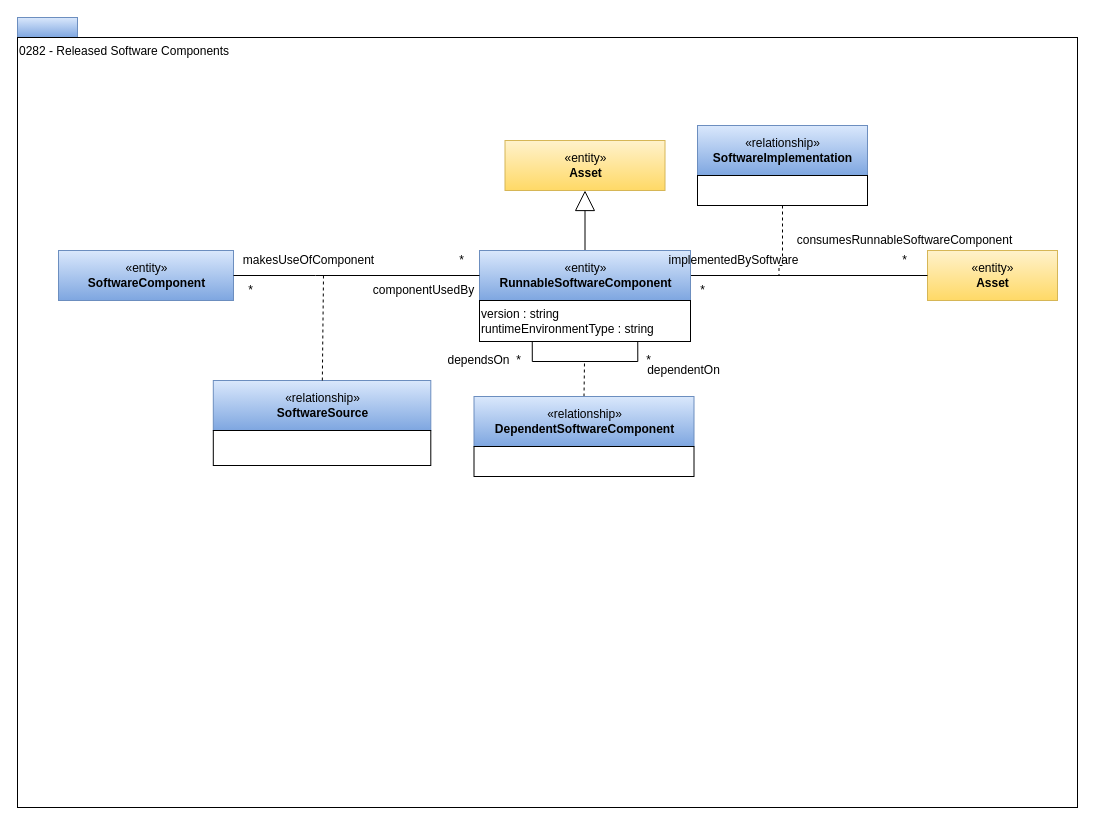
Before: page "0282-Released-Software-Components" (20 of 21) of open-metadata-publication/website/open-metadata-types/area-2-assets.drawio in odpi/egeria, a draw.io diagram. Source tidied: cells renumbered, new cells numbered last; positions are measured from the earlier drawing's top-left corner, leaving out a move shared by most shapes. Both pictures are drawn from the tidied source at 100%, with x=0, y=0 at pixel (17, 17).
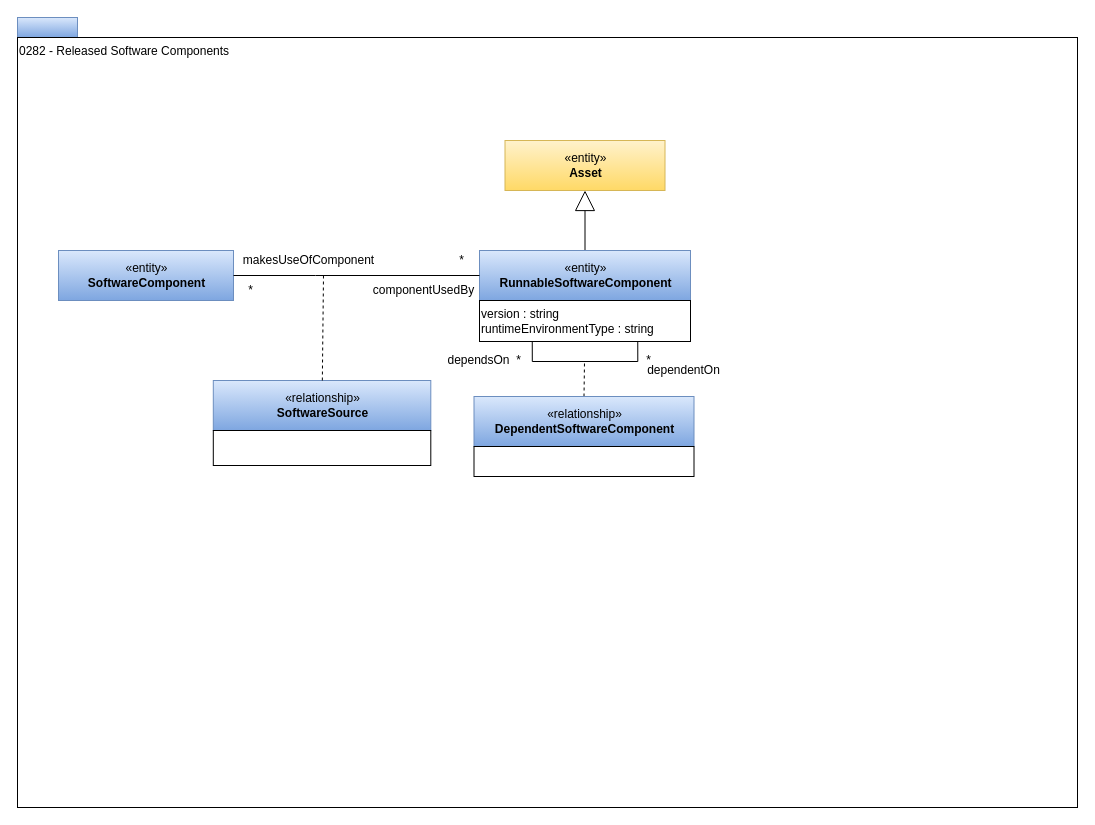
The same page after the edit.

The change refers to these unchanged cells:
```xml
<mxCell id="10" value="«entity»&lt;br&gt;&lt;b&gt;RunnableSoftwareComponent&lt;/b&gt;" style="html=1;strokeColor=#6c8ebf;align=center;fillColor=#dae8fc;gradientColor=#7ea6e0;" parent="1" vertex="1">
  <mxGeometry x="462" y="233" width="211" height="50" as="geometry" />
</mxCell>
```

Change to the diagram source:
```diff
@@
-    <mxCell id="4" value="«entity»&lt;br&gt;&lt;b&gt;Asset&lt;/b&gt;" style="html=1;strokeColor=#d6b656;align=center;fillColor=#fff2cc;gradientColor=#ffd966;" parent="1" vertex="1">
-      <mxGeometry x="910" y="233" width="130" height="50" as="geometry" />
-    </mxCell>
-    <mxCell id="5" style="edgeStyle=orthogonalEdgeStyle;rounded=0;html=1;exitX=1;exitY=0.5;exitDx=0;exitDy=0;endArrow=none;endFill=0;jettySize=auto;" parent="1" edge="1" source="10" target="4">
-      <mxGeometry relative="1" as="geometry" />
-    </mxCell>
-    <mxCell id="6" value="«relationship»&lt;br&gt;&lt;b&gt;SoftwareImplementation&lt;/b&gt;" style="html=1;strokeColor=#6c8ebf;align=center;fillColor=#dae8fc;gradientColor=#7ea6e0;" parent="1" vertex="1">
-      <mxGeometry x="680" y="108" width="170" height="50" as="geometry" />
-    </mxCell>
-    <mxCell id="7" style="edgeStyle=orthogonalEdgeStyle;rounded=0;html=1;exitX=0.5;exitY=1;exitDx=0;exitDy=0;endArrow=none;endFill=0;jettySize=auto;dashed=1;" parent="1" edge="1" source="8">
-      <mxGeometry relative="1" as="geometry">
-        <mxPoint x="761.5" y="258" as="targetPoint" />
-        <Array as="points">
-          <mxPoint x="761.5" y="248" />
-        </Array>
-      </mxGeometry>
-    </mxCell>
-    <mxCell id="8" style="rounded=0;whiteSpace=wrap;html=1;strokeColor=#000000;gradientColor=#ffffff;align=left;" parent="1" vertex="1">
-      <mxGeometry x="680" y="158" width="170" height="30" as="geometry" />
-    </mxCell>
@@
-    <mxCell id="11" value="*" style="text;html=1;align=center;verticalAlign=middle;" parent="1" vertex="1">
-      <mxGeometry x="675" y="263" width="20" height="20" as="geometry" />
-    </mxCell>
-    <mxCell id="12" value="*" style="text;html=1;align=center;verticalAlign=middle;" parent="1" vertex="1">
-      <mxGeometry x="877" y="233" width="20" height="20" as="geometry" />
-    </mxCell>
@@
-    <mxCell id="23" value="implementedBySoftware" style="text;html=1;align=center;verticalAlign=middle;" parent="1" vertex="1">
-      <mxGeometry x="641" y="233" width="150" height="20" as="geometry" />
-    </mxCell>
-    <mxCell id="24" value="consumesRunnableSoftwareComponent" style="text;html=1;align=center;verticalAlign=middle;" parent="1" vertex="1">
-      <mxGeometry x="772" y="213" width="230" height="20" as="geometry" />
-    </mxCell>
```
